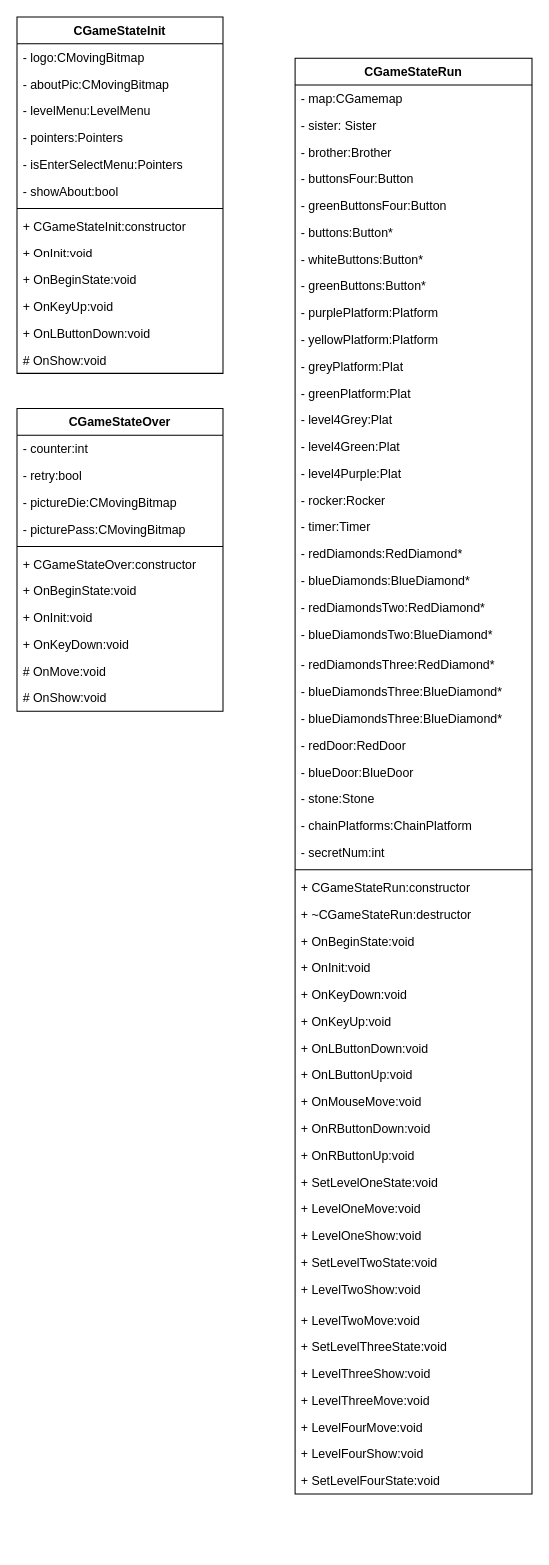
The draw.io diagram page "game state" (5 of 6) of UML Diagram/oop_game.drawio in ggjj321/fireboy-watergirl-in-the-forest-temple, before the edit. Source tidied: cells renumbered, new cells numbered last; positions are measured from the earlier drawing's top-left corner, leaving out a move shared by most shapes. Both pictures are drawn from the tidied source at 103%, with x=0, y=0 at pixel (16, 16).
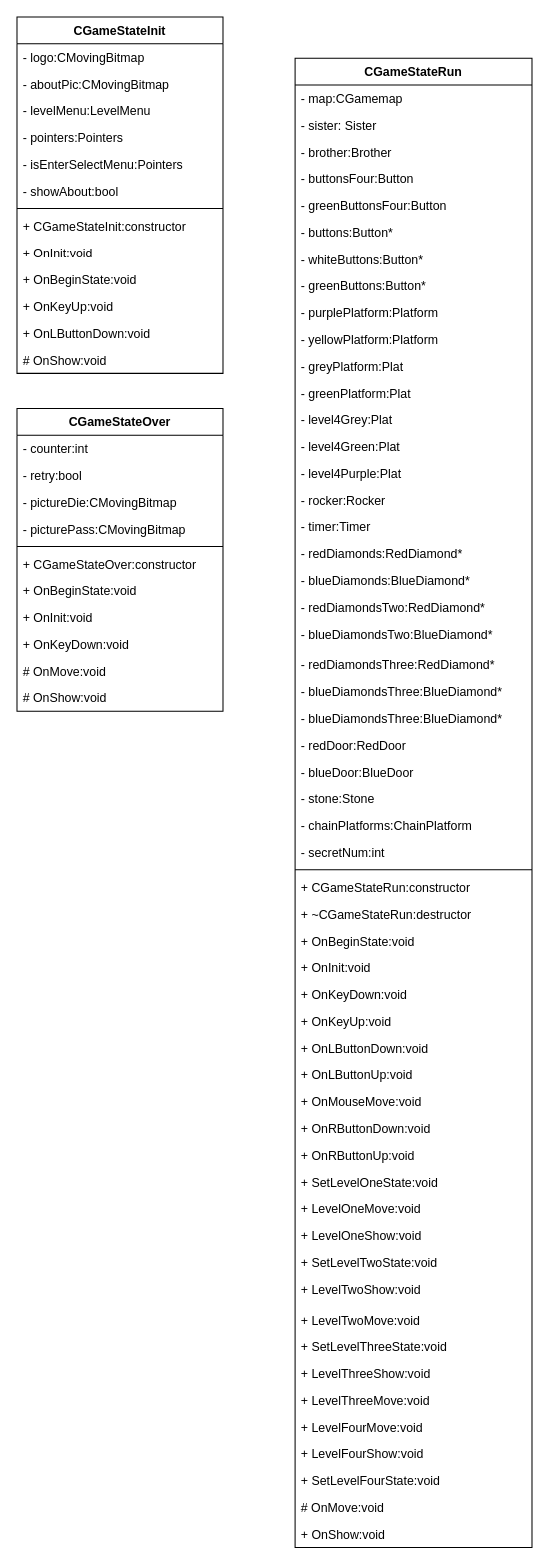
The same page after the edit.

Diff of the diagram source:
```diff
@@
     <mxCell id="28" value="CGameStateRun" style="swimlane;fontStyle=1;align=center;verticalAlign=top;horizontal=1;startSize=26;" parent="1" vertex="1">
-      <mxGeometry x="270" y="40" width="230" height="1394" as="geometry" />
+      <mxGeometry x="270" y="40" width="230" height="1446" as="geometry" />
     </mxCell>
@@
+    <mxCell id="82" value="# OnMove:void" style="text;strokeColor=none;fillColor=none;align=left;verticalAlign=top;spacingLeft=4;spacingRight=4;overflow=hidden;" parent="28" vertex="1">
+      <mxGeometry y="1394" width="230" height="26" as="geometry" />
+    </mxCell>
+    <mxCell id="83" value="+ OnShow:void" style="text;strokeColor=none;fillColor=none;align=left;verticalAlign=top;spacingLeft=4;spacingRight=4;overflow=hidden;" parent="28" vertex="1">
+      <mxGeometry y="1420" width="230" height="26" as="geometry" />
+    </mxCell>
```
